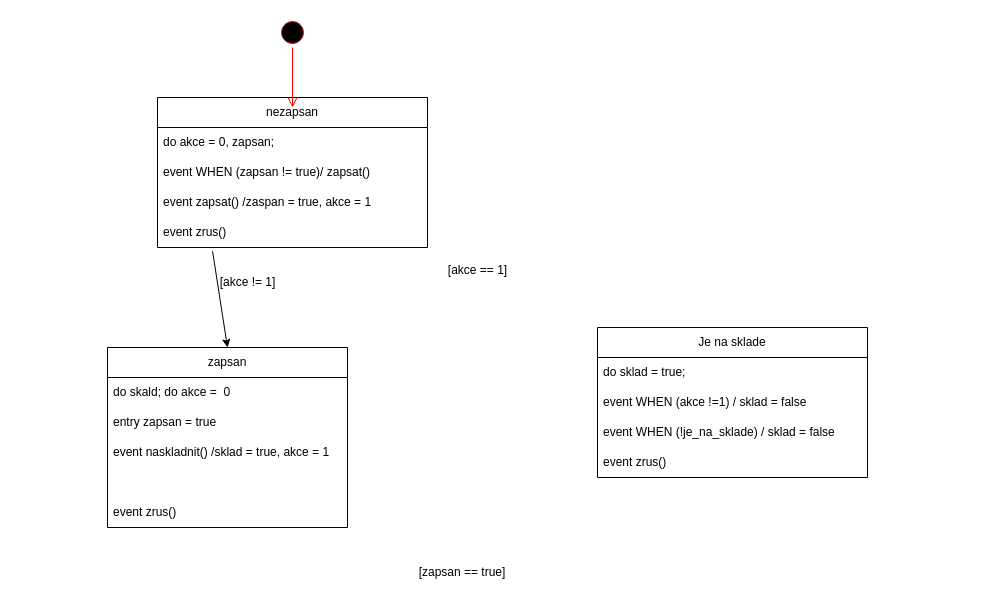
Before: stav.drawio in tada66/IUS-projekt, a draw.io diagram. Source tidied: cells renumbered, new cells numbered last; positions are measured from the earlier drawing's top-left corner, leaving out a move shared by most shapes. Both pictures are drawn from the tidied source at 100%, with x=0, y=0 at pixel (107, 17).
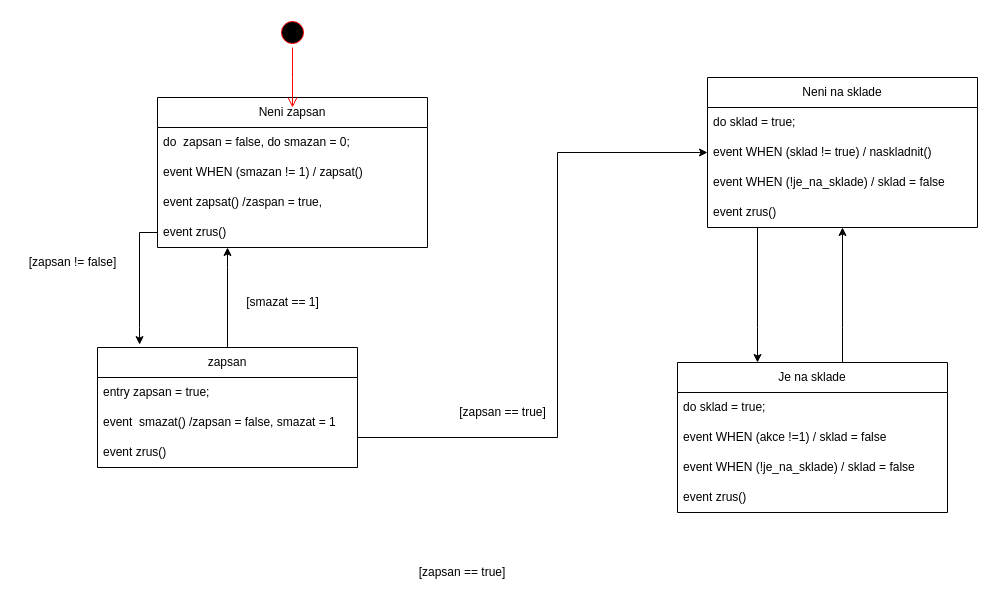
Above is the later version.

The change refers to these unchanged cells:
```xml
<mxCell id="18" value="event zrus()" style="text;strokeColor=none;fillColor=none;align=left;verticalAlign=middle;spacingLeft=4;spacingRight=4;overflow=hidden;points=[[0,0.5],[1,0.5]];portConstraint=eastwest;whiteSpace=wrap;html=1;" parent="14" vertex="1">
  <mxGeometry y="120" width="270" height="30" as="geometry" />
</mxCell>
```

What changed in the source:
```diff
@@
+    <mxCell id="24" style="edgeStyle=orthogonalEdgeStyle;rounded=0;jettySize=auto;html=1;" parent="1" edge="1" source="2" target="29">
+      <mxGeometry relative="1" as="geometry">
+        <Array as="points">
+          <mxPoint x="735" y="310" />
+          <mxPoint x="735" y="310" />
+        </Array>
+      </mxGeometry>
+    </mxCell>
     <mxCell id="2" value="Je na sklade" style="swimlane;fontStyle=0;horizontal=1;startSize=30;whiteSpace=wrap;html=1;" parent="1" vertex="1">
-      <mxGeometry x="490" y="310" width="270" height="150" as="geometry" />
+      <mxGeometry x="570" y="345" width="270" height="150" as="geometry" />
     </mxCell>
@@
+    <mxCell id="25" style="edgeStyle=orthogonalEdgeStyle;rounded=0;jettySize=auto;html=1;entryX=0;entryY=0.5;entryDx=0;entryDy=0;" parent="1" edge="1" source="7" target="31">
+      <mxGeometry relative="1" as="geometry">
+        <Array as="points">
+          <mxPoint x="450" y="420" />
+          <mxPoint x="450" y="135" />
+        </Array>
+      </mxGeometry>
+    </mxCell>
+    <mxCell id="26" style="edgeStyle=orthogonalEdgeStyle;rounded=0;jettySize=auto;html=1;" parent="1" edge="1" source="7" target="18">
+      <mxGeometry relative="1" as="geometry">
+        <Array as="points">
+          <mxPoint x="120" y="250" />
+          <mxPoint x="120" y="250" />
+        </Array>
+      </mxGeometry>
+    </mxCell>
     <mxCell id="7" value="zapsan" style="swimlane;fontStyle=0;horizontal=1;startSize=30;whiteSpace=wrap;html=1;" parent="1" vertex="1">
-      <mxGeometry y="330" width="240" height="180" as="geometry" />
+      <mxGeometry x="-10" y="330" width="260" height="120" as="geometry" />
     </mxCell>
-    <mxCell id="8" value="do skald; do akce =&amp;nbsp; 0" style="text;strokeColor=none;fillColor=none;align=left;verticalAlign=middle;spacingLeft=4;spacingRight=4;overflow=hidden;whiteSpace=wrap;html=1;" parent="7" vertex="1">
-      <mxGeometry y="30" width="240" height="30" as="geometry" />
-    </mxCell>
-    <mxCell id="9" value="entry zapsan = true" style="text;strokeColor=none;fillColor=none;align=left;verticalAlign=middle;spacingLeft=4;spacingRight=4;overflow=hidden;whiteSpace=wrap;html=1;" parent="7" vertex="1">
-      <mxGeometry y="60" width="240" height="30" as="geometry" />
+    <mxCell id="9" value="entry zapsan = true;" style="text;strokeColor=none;fillColor=none;align=left;verticalAlign=middle;spacingLeft=4;spacingRight=4;overflow=hidden;whiteSpace=wrap;html=1;" parent="7" vertex="1">
+      <mxGeometry y="30" width="260" height="30" as="geometry" />
     </mxCell>
-    <mxCell id="10" value="event naskladnit() /sklad = true, akce = 1" style="text;strokeColor=none;fillColor=none;align=left;verticalAlign=middle;spacingLeft=4;spacingRight=4;overflow=hidden;whiteSpace=wrap;html=1;" parent="7" vertex="1">
-      <mxGeometry y="90" width="240" height="30" as="geometry" />
-    </mxCell>
-    <mxCell id="11" style="text;strokeColor=none;fillColor=none;align=left;verticalAlign=middle;spacingLeft=4;spacingRight=4;overflow=hidden;whiteSpace=wrap;html=1;" parent="7" vertex="1">
-      <mxGeometry y="120" width="240" height="30" as="geometry" />
-    </mxCell>
+    <mxCell id="27" value="event&amp;nbsp; smazat() /zapsan = false, smazat = 1" style="text;strokeColor=none;fillColor=none;align=left;verticalAlign=middle;spacingLeft=4;spacingRight=4;overflow=hidden;whiteSpace=wrap;html=1;" parent="7" vertex="1">
+      <mxGeometry y="60" width="260" height="30" as="geometry" />
+    </mxCell>
     <mxCell id="12" value="event zrus()" style="text;strokeColor=none;fillColor=none;align=left;verticalAlign=middle;spacingLeft=4;spacingRight=4;overflow=hidden;whiteSpace=wrap;html=1;" parent="7" vertex="1">
-      <mxGeometry y="150" width="240" height="30" as="geometry" />
+      <mxGeometry y="90" width="260" height="30" as="geometry" />
     </mxCell>
@@
-    <mxCell id="14" value="nezapsan" style="swimlane;fontStyle=0;horizontal=1;startSize=30;whiteSpace=wrap;html=1;" parent="1" vertex="1">
+    <mxCell id="14" value="Neni zapsan" style="swimlane;fontStyle=0;horizontal=1;startSize=30;whiteSpace=wrap;html=1;" parent="1" vertex="1">
       <mxGeometry x="50" y="80" width="270" height="150" as="geometry" />
     </mxCell>
-    <mxCell id="15" value="do akce = 0, zapsan;" style="text;strokeColor=none;fillColor=none;align=left;verticalAlign=middle;spacingLeft=4;spacingRight=4;overflow=hidden;whiteSpace=wrap;html=1;" parent="14" vertex="1">
+    <mxCell id="15" value="do&amp;nbsp; zapsan = false, do smazan = 0;" style="text;strokeColor=none;fillColor=none;align=left;verticalAlign=middle;spacingLeft=4;spacingRight=4;overflow=hidden;whiteSpace=wrap;html=1;" parent="14" vertex="1">
       <mxGeometry y="30" width="270" height="30" as="geometry" />
     </mxCell>
-    <mxCell id="16" value="event WHEN (zapsan != true)/ zapsat()" style="text;strokeColor=none;fillColor=none;align=left;verticalAlign=middle;spacingLeft=4;spacingRight=4;overflow=hidden;whiteSpace=wrap;html=1;" parent="14" vertex="1">
+    <mxCell id="16" value="event WHEN (smazan != 1) / zapsat()" style="text;strokeColor=none;fillColor=none;align=left;verticalAlign=middle;spacingLeft=4;spacingRight=4;overflow=hidden;whiteSpace=wrap;html=1;" parent="14" vertex="1">
       <mxGeometry y="60" width="270" height="30" as="geometry" />
     </mxCell>
-    <mxCell id="17" value="event zapsat() /zaspan = true, akce = 1" style="text;strokeColor=none;fillColor=none;align=left;verticalAlign=middle;spacingLeft=4;spacingRight=4;overflow=hidden;whiteSpace=wrap;html=1;" parent="14" vertex="1">
+    <mxCell id="17" value="event zapsat() /zaspan = true," style="text;strokeColor=none;fillColor=none;align=left;verticalAlign=middle;spacingLeft=4;spacingRight=4;overflow=hidden;whiteSpace=wrap;html=1;" parent="14" vertex="1">
       <mxGeometry y="90" width="270" height="30" as="geometry" />
     </mxCell>
@@
-    <mxCell id="19" style="endArrow=classic;html=1;rounded=0;exitX=0.204;exitY=1.125;exitDx=0;exitDy=0;exitPerimeter=0;entryX=0.5;entryY=0;entryDx=0;entryDy=0;" parent="1" edge="1" source="18" target="7">
-      <mxGeometry relative="1" as="geometry" />
-    </mxCell>
-    <mxCell id="20" value="[akce != 1]" style="text;html=1;align=center;verticalAlign=middle;strokeColor=none;fillColor=none;" parent="1" vertex="1">
-      <mxGeometry x="100" y="250" width="80" height="30" as="geometry" />
+    <mxCell id="20" value="[zapsan != false]" style="text;html=1;align=center;verticalAlign=middle;strokeColor=none;fillColor=none;" parent="1" vertex="1">
+      <mxGeometry x="-90" y="230" width="110" height="30" as="geometry" />
     </mxCell>
-    <mxCell id="21" value="[akce == 1]" style="text;html=1;align=center;verticalAlign=middle;strokeColor=none;fillColor=none;" parent="1" vertex="1">
-      <mxGeometry x="330" y="238" width="80" height="30" as="geometry" />
+    <mxCell id="21" value="[zapsan == true]" style="text;html=1;align=center;verticalAlign=middle;strokeColor=none;fillColor=none;" parent="1" vertex="1">
+      <mxGeometry x="340" y="380" width="110" height="30" as="geometry" />
     </mxCell>
@@
+    <mxCell id="28" style="edgeStyle=orthogonalEdgeStyle;rounded=0;jettySize=auto;html=1;" parent="1" edge="1" source="29" target="2">
+      <mxGeometry relative="1" as="geometry">
+        <Array as="points">
+          <mxPoint x="650" y="310" />
+          <mxPoint x="650" y="310" />
+        </Array>
+      </mxGeometry>
+    </mxCell>
+    <mxCell id="29" value="Neni na sklade" style="swimlane;fontStyle=0;horizontal=1;startSize=30;whiteSpace=wrap;html=1;" parent="1" vertex="1">
+      <mxGeometry x="600" y="60" width="270" height="150" as="geometry" />
+    </mxCell>
+    <mxCell id="30" value="do sklad = true;" style="text;strokeColor=none;fillColor=none;align=left;verticalAlign=middle;spacingLeft=4;spacingRight=4;overflow=hidden;whiteSpace=wrap;html=1;" parent="29" vertex="1">
+      <mxGeometry y="30" width="270" height="30" as="geometry" />
+    </mxCell>
+    <mxCell id="31" value="event WHEN (sklad != true) / naskladnit()" style="text;strokeColor=none;fillColor=none;align=left;verticalAlign=middle;spacingLeft=4;spacingRight=4;overflow=hidden;points=[[0,0.5],[1,0.5]];portConstraint=eastwest;whiteSpace=wrap;html=1;" parent="29" vertex="1">
+      <mxGeometry y="60" width="270" height="30" as="geometry" />
+    </mxCell>
+    <mxCell id="32" value="event WHEN (!je_na_sklade) / sklad = false" style="text;strokeColor=none;fillColor=none;align=left;verticalAlign=middle;spacingLeft=4;spacingRight=4;overflow=hidden;whiteSpace=wrap;html=1;" parent="29" vertex="1">
+      <mxGeometry y="90" width="270" height="30" as="geometry" />
+    </mxCell>
+    <mxCell id="33" value="event zrus()" style="text;strokeColor=none;fillColor=none;align=left;verticalAlign=middle;spacingLeft=4;spacingRight=4;overflow=hidden;whiteSpace=wrap;html=1;" parent="29" vertex="1">
+      <mxGeometry y="120" width="270" height="30" as="geometry" />
+    </mxCell>
+    <mxCell id="19" style="edgeStyle=orthogonalEdgeStyle;rounded=0;jettySize=auto;html=1;entryX=0.162;entryY=-0.024;entryDx=0;entryDy=0;entryPerimeter=0;" parent="1" edge="1" source="18" target="7">
+      <mxGeometry relative="1" as="geometry">
+        <Array as="points">
+          <mxPoint x="32" y="215" />
+          <mxPoint x="32" y="310" />
+        </Array>
+      </mxGeometry>
+    </mxCell>
+    <mxCell id="34" value="[smazat == 1]" style="text;html=1;align=center;verticalAlign=middle;strokeColor=none;fillColor=none;" parent="1" vertex="1">
+      <mxGeometry x="125" y="270" width="100" height="30" as="geometry" />
+    </mxCell>
```
